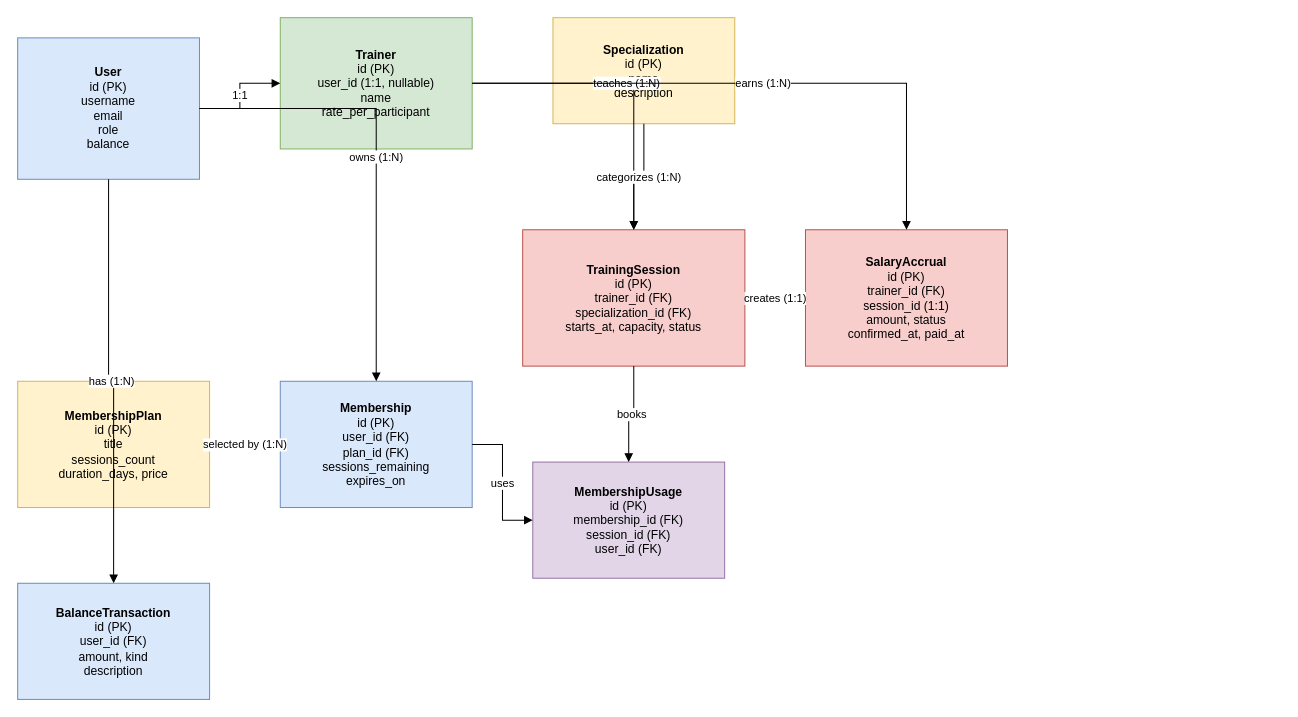
Above: docs/database-diagram.drawio in RoboStorePL/trainmate (draw.io), before the change. Source tidied: cells renumbered, new cells numbered last; positions are measured from the earlier drawing's top-left corner, leaving out a move shared by most shapes. Both pictures are drawn from the tidied source at 101%, with x=0, y=0 at pixel (17, 17).
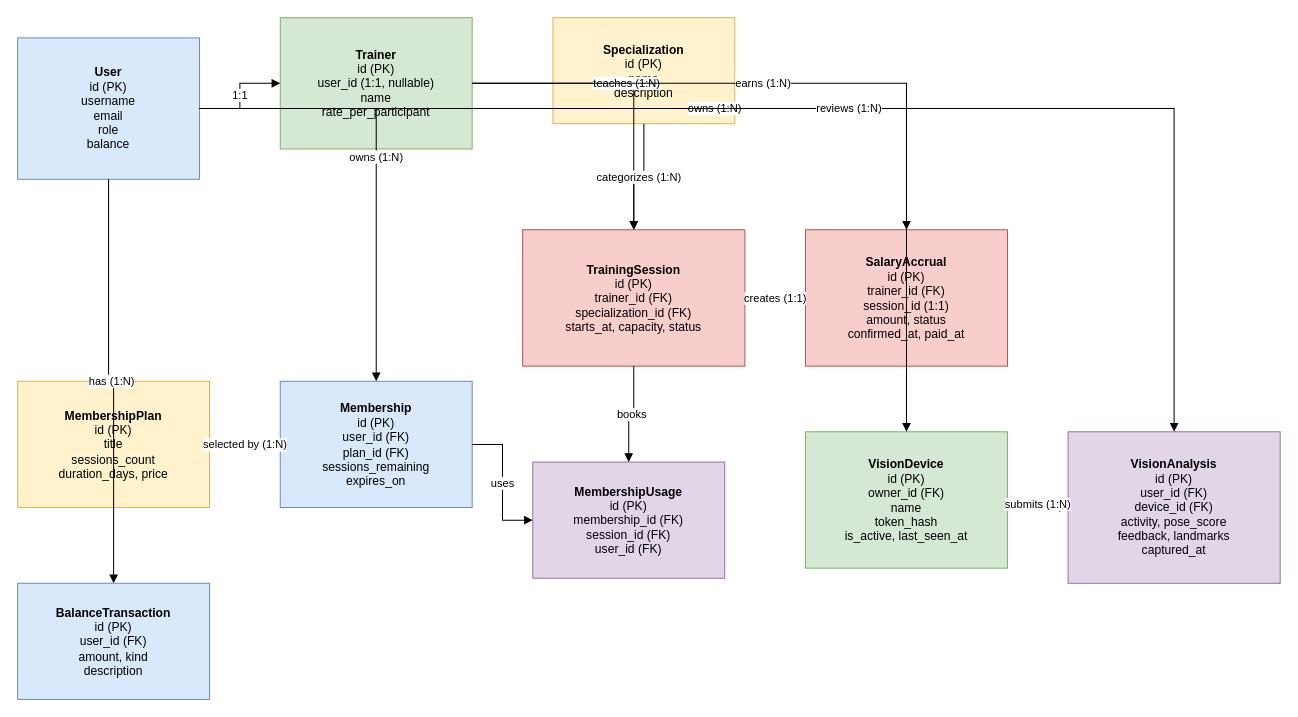
After the change.

Unchanged cells that the change refers to:
```xml
<mxCell id="2" value="&lt;b&gt;User&lt;/b&gt;&lt;br&gt;id (PK)&lt;br&gt;username&lt;br&gt;email&lt;br&gt;role&lt;br&gt;balance" style="rounded=0;whiteSpace=wrap;html=1;fillColor=#dae8fc;strokeColor=#6c8ebf;" parent="1" vertex="1">
  <mxGeometry y="20" width="180" height="140" as="geometry" />
</mxCell>
```

Diff of the diagram source:
```diff
@@
+    <mxCell id="21" value="&lt;b&gt;VisionDevice&lt;/b&gt;&lt;br&gt;id (PK)&lt;br&gt;owner_id (FK)&lt;br&gt;name&lt;br&gt;token_hash&lt;br&gt;is_active, last_seen_at" style="rounded=0;whiteSpace=wrap;html=1;fillColor=#d5e8d4;strokeColor=#82b366;" parent="1" vertex="1">
+      <mxGeometry x="780" y="410" width="200" height="135" as="geometry" />
+    </mxCell>
+    <mxCell id="22" value="&lt;b&gt;VisionAnalysis&lt;/b&gt;&lt;br&gt;id (PK)&lt;br&gt;user_id (FK)&lt;br&gt;device_id (FK)&lt;br&gt;activity, pose_score&lt;br&gt;feedback, landmarks&lt;br&gt;captured_at" style="rounded=0;whiteSpace=wrap;html=1;fillColor=#e1d5e7;strokeColor=#9673a6;" parent="1" vertex="1">
+      <mxGeometry x="1040" y="410" width="210" height="150" as="geometry" />
+    </mxCell>
@@
+    <mxCell id="23" value="owns (1:N)" style="edgeStyle=orthogonalEdgeStyle;rounded=0;html=1;endArrow=block;" parent="1" edge="1" source="2" target="21">
+      <mxGeometry relative="1" as="geometry" />
+    </mxCell>
+    <mxCell id="24" value="submits (1:N)" style="edgeStyle=orthogonalEdgeStyle;rounded=0;html=1;endArrow=block;" parent="1" edge="1" source="21" target="22">
+      <mxGeometry relative="1" as="geometry" />
+    </mxCell>
+    <mxCell id="25" value="reviews (1:N)" style="edgeStyle=orthogonalEdgeStyle;rounded=0;html=1;endArrow=block;" parent="1" edge="1" source="2" target="22">
+      <mxGeometry relative="1" as="geometry" />
+    </mxCell>
```
